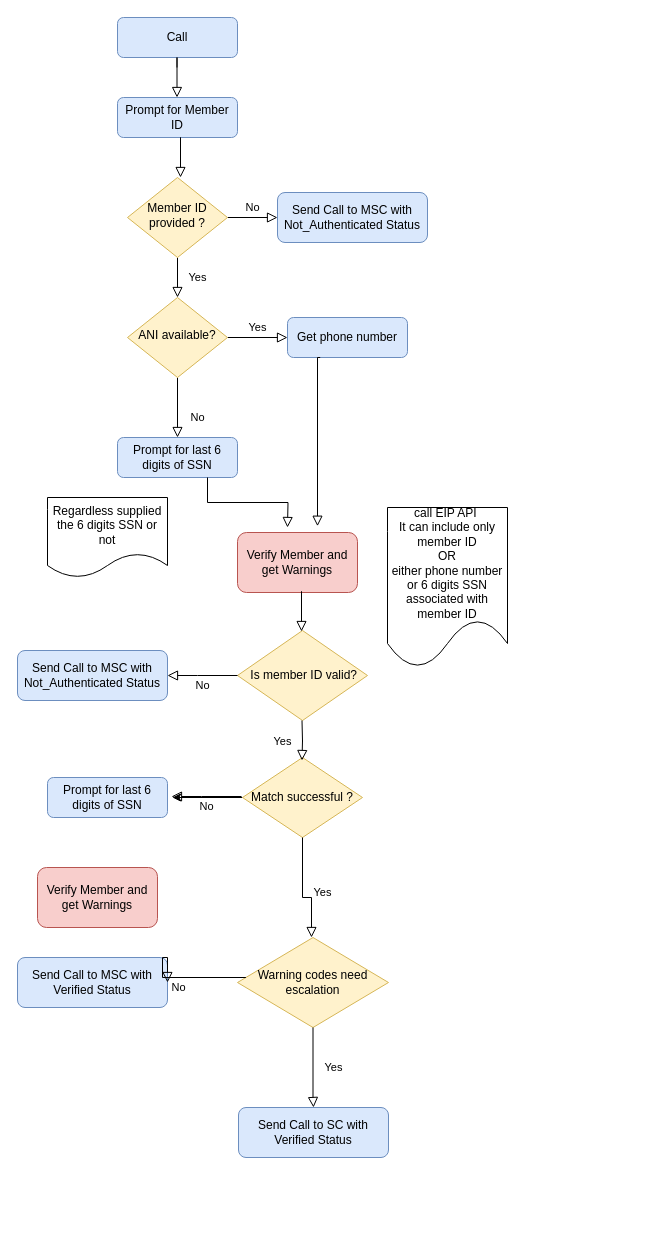
This is Untitled Diagram.drawio from hmasoudd/genesys-models, a draw.io file, before an edit. Source tidied: cells renumbered, new cells numbered last; positions are measured from the earlier drawing's top-left corner, leaving out a move shared by most shapes. Both pictures are drawn from the tidied source at 100%, with x=0, y=0 at pixel (17, 17).
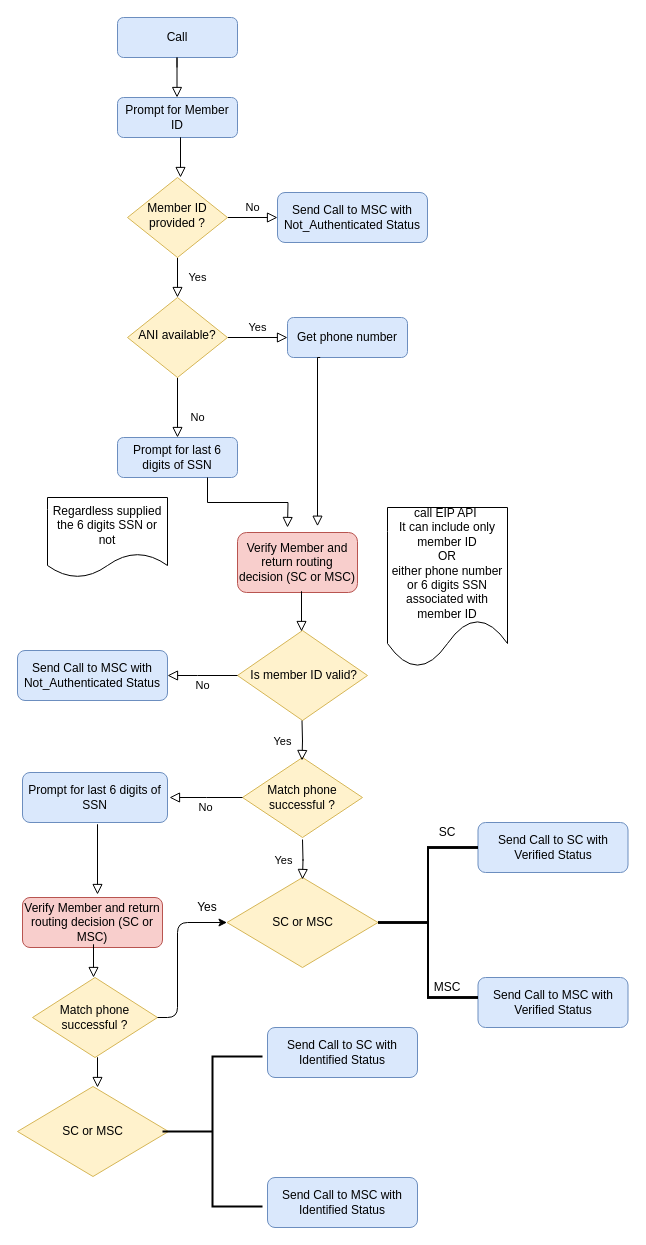
The same diagram, later.

Commit message:
Genesis Authentication Workflow.drawio

The edit, as a diff of the source:
```diff
@@
-<mxGraphModel>
+<mxGraphModel background="#ffffff">
@@
-    <mxCell id="13" value="Verify Member and get Warnings" style="rounded=1;whiteSpace=wrap;html=1;fillColor=#f8cecc;strokeColor=#b85450;" parent="1" vertex="1">
+    <mxCell id="13" value="Verify Member and return routing decision (SC or MSC)" style="rounded=1;whiteSpace=wrap;html=1;fillColor=#f8cecc;strokeColor=#b85450;" parent="1" vertex="1">
       <mxGeometry x="220" y="515" width="120" height="60" as="geometry" />
     </mxCell>
@@
-    <mxCell id="20" style="edgeStyle=orthogonalEdgeStyle;rounded=0;jettySize=auto;html=1;" parent="1" edge="1" source="21">
-      <mxGeometry relative="1" as="geometry">
-        <mxPoint x="155" y="780" as="targetPoint" />
-      </mxGeometry>
-    </mxCell>
-    <mxCell id="21" value="Match successful ?" style="rhombus;whiteSpace=wrap;html=1;fillColor=#fff2cc;strokeColor=#d6b656;" parent="1" vertex="1">
+    <mxCell id="21" value="Match phone successful ?" style="rhombus;whiteSpace=wrap;html=1;fillColor=#fff2cc;strokeColor=#d6b656;" parent="1" vertex="1">
       <mxGeometry x="225" y="740" width="120" height="80" as="geometry" />
     </mxCell>
@@
-    <mxCell id="27" value="No" style="edgeStyle=orthogonalEdgeStyle;rounded=0;html=1;jettySize=auto;orthogonalLoop=1;fontSize=11;endArrow=block;endFill=0;endSize=8;strokeWidth=1;shadow=0;labelBackgroundColor=none;entryX=1;entryY=0.5;entryDx=0;entryDy=0;" parent="1" edge="1">
-      <mxGeometry y="10" relative="1" as="geometry">
-        <mxPoint x="224" y="779" as="sourcePoint" />
-        <mxPoint x="154" y="779" as="targetPoint" />
-        <Array as="points">
-          <mxPoint x="184" y="779" />
-        </Array>
-      </mxGeometry>
-    </mxCell>
-    <mxCell id="28" value="Warning codes need escalation" style="rhombus;whiteSpace=wrap;html=1;fillColor=#fff2cc;strokeColor=#d6b656;" parent="1" vertex="1">
-      <mxGeometry x="220" y="920" width="151" height="90" as="geometry" />
+    <mxCell id="28" value="SC or MSC" style="rhombus;whiteSpace=wrap;html=1;fillColor=#fff2cc;strokeColor=#d6b656;" parent="1" vertex="1">
+      <mxGeometry x="209.5" y="860" width="151" height="90" as="geometry" />
     </mxCell>
     <mxCell id="29" value="Send Call to MSC with Verified Status" style="rounded=1;whiteSpace=wrap;html=1;fontSize=12;glass=0;strokeWidth=1;shadow=0;fillColor=#dae8fc;strokeColor=#6c8ebf;" parent="1" vertex="1">
-      <mxGeometry y="940" width="150" height="50" as="geometry" />
+      <mxGeometry x="460.5" y="960" width="150" height="50" as="geometry" />
     </mxCell>
     <mxCell id="30" value="Send Call to SC with Verified Status" style="rounded=1;whiteSpace=wrap;html=1;fontSize=12;glass=0;strokeWidth=1;shadow=0;fillColor=#dae8fc;strokeColor=#6c8ebf;" parent="1" vertex="1">
-      <mxGeometry x="221" y="1090" width="150" height="50" as="geometry" />
+      <mxGeometry x="460.5" y="805" width="150" height="50" as="geometry" />
     </mxCell>
-    <mxCell id="31" value="Yes" style="rounded=0;html=1;jettySize=auto;fontSize=11;endArrow=block;endFill=0;endSize=8;strokeWidth=1;shadow=0;labelBackgroundColor=none;edgeStyle=orthogonalEdgeStyle;exitX=0.5;exitY=1;exitDx=0;exitDy=0;" parent="1" edge="1" source="21">
-      <mxGeometry y="20" relative="1" as="geometry">
-        <mxPoint x="294" y="920" as="targetPoint" />
-        <Array as="points">
-          <mxPoint x="285" y="880" />
-          <mxPoint x="294" y="880" />
-        </Array>
-      </mxGeometry>
-    </mxCell>
-    <mxCell id="32" value="No" style="edgeStyle=orthogonalEdgeStyle;rounded=0;html=1;jettySize=auto;fontSize=11;endArrow=block;endFill=0;endSize=8;strokeWidth=1;shadow=0;labelBackgroundColor=none;entryX=1;entryY=0.5;entryDx=0;entryDy=0;" parent="1" edge="1" source="28" target="29">
-      <mxGeometry y="10" relative="1" as="geometry">
-        <Array as="points">
-          <mxPoint x="145" y="960" />
-          <mxPoint x="145" y="940" />
-          <mxPoint x="150" y="940" />
-        </Array>
-      </mxGeometry>
-    </mxCell>
-    <mxCell id="33" value="Yes" style="rounded=0;html=1;jettySize=auto;fontSize=11;endArrow=block;endFill=0;endSize=8;strokeWidth=1;shadow=0;labelBackgroundColor=none;edgeStyle=orthogonalEdgeStyle;exitX=0.5;exitY=1;exitDx=0;exitDy=0;entryX=0.5;entryY=0;entryDx=0;entryDy=0;" parent="1" edge="1" target="30">
-      <mxGeometry y="20" relative="1" as="geometry">
-        <mxPoint x="295.5" y="1010" as="sourcePoint" />
-        <Array as="points">
-          <mxPoint x="296" y="1080" />
-          <mxPoint x="296" y="1080" />
-        </Array>
-      </mxGeometry>
-    </mxCell>
     <mxCell id="34" value="Prompt for last 6 digits of SSN" style="rounded=1;whiteSpace=wrap;html=1;fontSize=12;glass=0;strokeWidth=1;shadow=0;fillColor=#dae8fc;strokeColor=#6c8ebf;" parent="1" vertex="1">
-      <mxGeometry x="30" y="760" width="120" height="40" as="geometry" />
+      <mxGeometry x="5" y="755" width="145" height="50" as="geometry" />
     </mxCell>
-    <mxCell id="35" value="Verify Member and get Warnings" style="rounded=1;whiteSpace=wrap;html=1;fillColor=#f8cecc;strokeColor=#b85450;" parent="1" vertex="1">
-      <mxGeometry x="20" y="850" width="120" height="60" as="geometry" />
+    <mxCell id="35" value="Verify Member and return routing decision (SC or MSC)" style="rounded=1;whiteSpace=wrap;html=1;fillColor=#f8cecc;strokeColor=#b85450;" parent="1" vertex="1">
+      <mxGeometry x="5" y="880" width="140" height="50" as="geometry" />
     </mxCell>
+    <mxCell id="36" value="No" style="edgeStyle=orthogonalEdgeStyle;rounded=0;html=1;jettySize=auto;fontSize=11;endArrow=block;endFill=0;endSize=8;strokeWidth=1;shadow=0;labelBackgroundColor=none;entryX=1;entryY=0.5;entryDx=0;entryDy=0;exitX=0;exitY=0.5;exitDx=0;exitDy=0;" parent="1" edge="1" source="21">
+      <mxGeometry y="10" relative="1" as="geometry">
+        <mxPoint x="152" y="780" as="targetPoint" />
+      </mxGeometry>
+    </mxCell>
+    <mxCell id="37" value="Yes" style="rounded=0;html=1;jettySize=auto;orthogonalLoop=1;fontSize=11;endArrow=block;endFill=0;endSize=8;strokeWidth=1;shadow=0;labelBackgroundColor=none;edgeStyle=orthogonalEdgeStyle;" parent="1" edge="1">
+      <mxGeometry y="20" relative="1" as="geometry">
+        <mxPoint x="285" y="822" as="sourcePoint" />
+        <mxPoint x="285" y="862" as="targetPoint" />
+      </mxGeometry>
+    </mxCell>
+    <mxCell id="38" style="strokeWidth=2;html=1;shape=mxgraph.flowchart.annotation_2;align=left;labelPosition=right;rotation=0;" parent="1" vertex="1">
+      <mxGeometry x="360.5" y="830" width="100" height="150" as="geometry" />
+    </mxCell>
+    <mxCell id="39" style="rounded=0;html=1;jettySize=auto;orthogonalLoop=1;fontSize=11;endArrow=block;endFill=0;endSize=8;strokeWidth=1;shadow=0;labelBackgroundColor=none;edgeStyle=orthogonalEdgeStyle;exitX=0.5;exitY=1;exitDx=0;exitDy=0;" parent="1" edge="1">
+      <mxGeometry relative="1" as="geometry">
+        <mxPoint x="80" y="847" as="sourcePoint" />
+        <mxPoint x="80" y="877" as="targetPoint" />
+        <Array as="points">
+          <mxPoint x="80" y="807" />
+          <mxPoint x="80" y="807" />
+        </Array>
+      </mxGeometry>
+    </mxCell>
+    <mxCell id="40" value="Match phone successful ?" style="rhombus;whiteSpace=wrap;html=1;fillColor=#fff2cc;strokeColor=#d6b656;" parent="1" vertex="1">
+      <mxGeometry x="15" y="960" width="125" height="80" as="geometry" />
+    </mxCell>
+    <mxCell id="41" style="rounded=0;html=1;jettySize=auto;orthogonalLoop=1;fontSize=11;endArrow=block;endFill=0;endSize=8;strokeWidth=1;shadow=0;labelBackgroundColor=none;edgeStyle=orthogonalEdgeStyle;exitX=0.5;exitY=1;exitDx=0;exitDy=0;" parent="1" edge="1">
+      <mxGeometry relative="1" as="geometry">
+        <mxPoint x="76" y="937" as="sourcePoint" />
+        <mxPoint x="76" y="960" as="targetPoint" />
+        <Array as="points">
+          <mxPoint x="76" y="927" />
+          <mxPoint x="76" y="927" />
+        </Array>
+      </mxGeometry>
+    </mxCell>
+    <mxCell id="42" style="edgeStyle=elbowEdgeStyle;elbow=horizontal;endArrow=classic;html=1;exitX=1;exitY=0.5;exitDx=0;exitDy=0;entryX=0;entryY=0.5;entryDx=0;entryDy=0;" parent="1" edge="1" source="40" target="28">
+      <mxGeometry relative="1" as="geometry">
+        <Array as="points">
+          <mxPoint x="160" y="980" />
+          <mxPoint x="170" y="990" />
+        </Array>
+      </mxGeometry>
+    </mxCell>
+    <mxCell id="43" value="Yes" style="text;html=1;strokeColor=none;fillColor=none;align=center;verticalAlign=middle;whiteSpace=wrap;rounded=0;" parent="1" vertex="1">
+      <mxGeometry x="170" y="880" width="40" height="20" as="geometry" />
+    </mxCell>
+    <mxCell id="44" value="SC" style="text;html=1;strokeColor=none;fillColor=none;align=center;verticalAlign=middle;whiteSpace=wrap;rounded=0;" parent="1" vertex="1">
+      <mxGeometry x="410" y="805" width="40" height="20" as="geometry" />
+    </mxCell>
+    <mxCell id="45" value="MSC" style="text;html=1;strokeColor=none;fillColor=none;align=center;verticalAlign=middle;whiteSpace=wrap;rounded=0;" parent="1" vertex="1">
+      <mxGeometry x="410" y="960" width="40" height="20" as="geometry" />
+    </mxCell>
+    <mxCell id="46" value="SC or MSC" style="rhombus;whiteSpace=wrap;html=1;fillColor=#fff2cc;strokeColor=#d6b656;" parent="1" vertex="1">
+      <mxGeometry y="1069" width="151" height="90" as="geometry" />
+    </mxCell>
+    <mxCell id="47" style="rounded=0;html=1;jettySize=auto;orthogonalLoop=1;fontSize=11;endArrow=block;endFill=0;endSize=8;strokeWidth=1;shadow=0;labelBackgroundColor=none;edgeStyle=orthogonalEdgeStyle;exitX=0.5;exitY=1;exitDx=0;exitDy=0;" parent="1" edge="1">
+      <mxGeometry relative="1" as="geometry">
+        <mxPoint x="80" y="1050" as="sourcePoint" />
+        <mxPoint x="80" y="1070" as="targetPoint" />
+        <Array as="points">
+          <mxPoint x="80" y="1040" />
+          <mxPoint x="80" y="1040" />
+        </Array>
+      </mxGeometry>
+    </mxCell>
+    <mxCell id="48" style="strokeWidth=2;html=1;shape=mxgraph.flowchart.annotation_2;align=left;labelPosition=right;rotation=0;" parent="1" vertex="1">
+      <mxGeometry x="360.5" y="830" width="100" height="150" as="geometry" />
+    </mxCell>
+    <mxCell id="49" style="strokeWidth=2;html=1;shape=mxgraph.flowchart.annotation_2;align=left;labelPosition=right;rotation=0;" parent="1" vertex="1">
+      <mxGeometry x="360.5" y="830" width="100" height="150" as="geometry" />
+    </mxCell>
+    <mxCell id="50" style="strokeWidth=2;html=1;shape=mxgraph.flowchart.annotation_2;align=left;labelPosition=right;rotation=0;" parent="1" vertex="1">
+      <mxGeometry x="360.5" y="830" width="100" height="150" as="geometry" />
+    </mxCell>
+    <mxCell id="51" value="Send Call to MSC with Identified Status" style="rounded=1;whiteSpace=wrap;html=1;fontSize=12;glass=0;strokeWidth=1;shadow=0;fillColor=#dae8fc;strokeColor=#6c8ebf;" parent="1" vertex="1">
+      <mxGeometry x="250" y="1160" width="150" height="50" as="geometry" />
+    </mxCell>
+    <mxCell id="52" value="Send Call to SC with Identified Status" style="rounded=1;whiteSpace=wrap;html=1;fontSize=12;glass=0;strokeWidth=1;shadow=0;fillColor=#dae8fc;strokeColor=#6c8ebf;" parent="1" vertex="1">
+      <mxGeometry x="250" y="1010" width="150" height="50" as="geometry" />
+    </mxCell>
+    <mxCell id="53" style="strokeWidth=2;html=1;shape=mxgraph.flowchart.annotation_2;align=left;labelPosition=right;rotation=0;" parent="1" vertex="1">
+      <mxGeometry x="145" y="1039" width="100" height="150" as="geometry" />
+    </mxCell>
```
